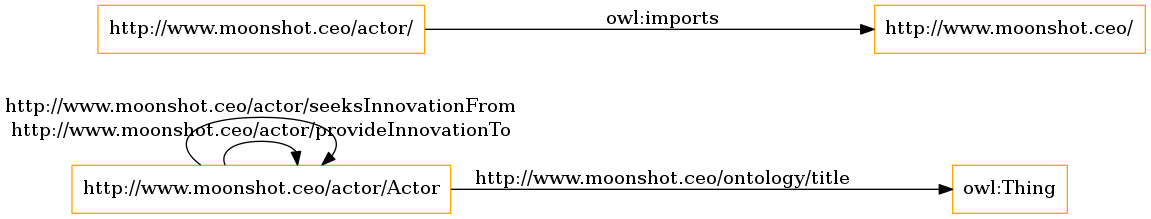
oeg-upm/IEBrain keeps this Graphviz diagram as OnToology/iebrain-actor.owl/diagrams/ar2dtool-class/iebrain-actor.owl.png. Above is the earlier version. Its source is kept beside it as OnToology/iebrain-actor.owl/diagrams/ar2dtool-class/iebrain-actor.owl.png.dot.
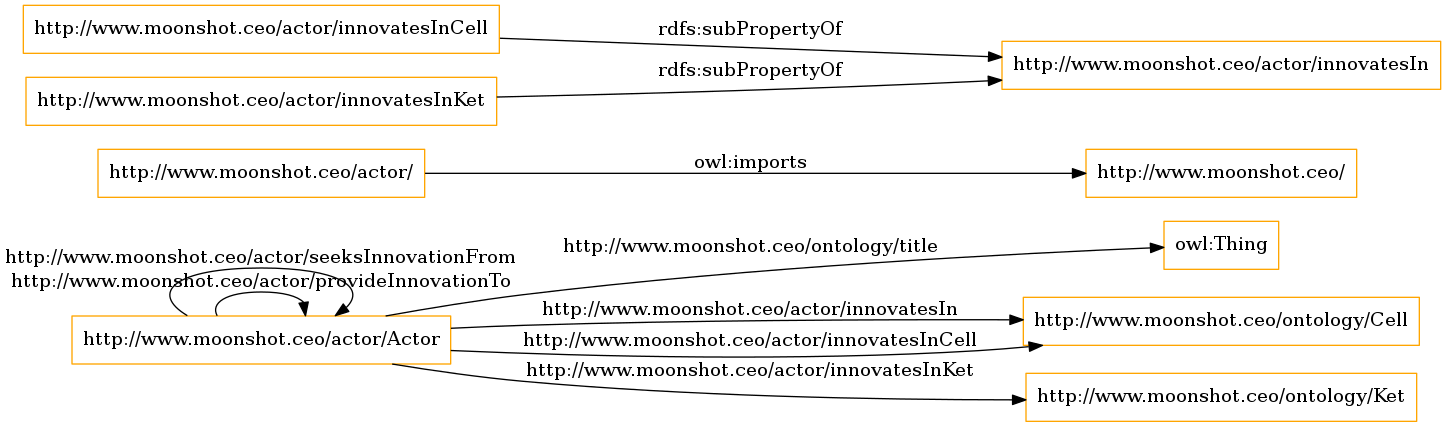
The same diagram one commit later.

Change to the diagram source:
```diff
@@ -3,8 +3,13 @@
 size="1501"
 node [shape = rectangle, color="orange"]; "http://www.moonshot.ceo/actor/Actor" ; /*classes style*/
 	"http://www.moonshot.ceo/actor/" -> "http://www.moonshot.ceo/" [ label = "owl:imports" ];
+	"http://www.moonshot.ceo/actor/innovatesInCell" -> "http://www.moonshot.ceo/actor/innovatesIn" [ label = "rdfs:subPropertyOf" ];
+	"http://www.moonshot.ceo/actor/innovatesInKet" -> "http://www.moonshot.ceo/actor/innovatesIn" [ label = "rdfs:subPropertyOf" ];
 	"http://www.moonshot.ceo/actor/Actor" -> "owl:Thing" [ label = "http://www.moonshot.ceo/ontology/title" ];
 	"http://www.moonshot.ceo/actor/Actor" -> "http://www.moonshot.ceo/actor/Actor" [ label = "http://www.moonshot.ceo/actor/provideInnovationTo" ];
 	"http://www.moonshot.ceo/actor/Actor" -> "http://www.moonshot.ceo/actor/Actor" [ label = "http://www.moonshot.ceo/actor/seeksInnovationFrom" ];
+	"http://www.moonshot.ceo/actor/Actor" -> "http://www.moonshot.ceo/ontology/Cell" [ label = "http://www.moonshot.ceo/actor/innovatesIn" ];
+	"http://www.moonshot.ceo/actor/Actor" -> "http://www.moonshot.ceo/ontology/Ket" [ label = "http://www.moonshot.ceo/actor/innovatesInKet" ];
+	"http://www.moonshot.ceo/actor/Actor" -> "http://www.moonshot.ceo/ontology/Cell" [ label = "http://www.moonshot.ceo/actor/innovatesInCell" ];
 
 }
```
